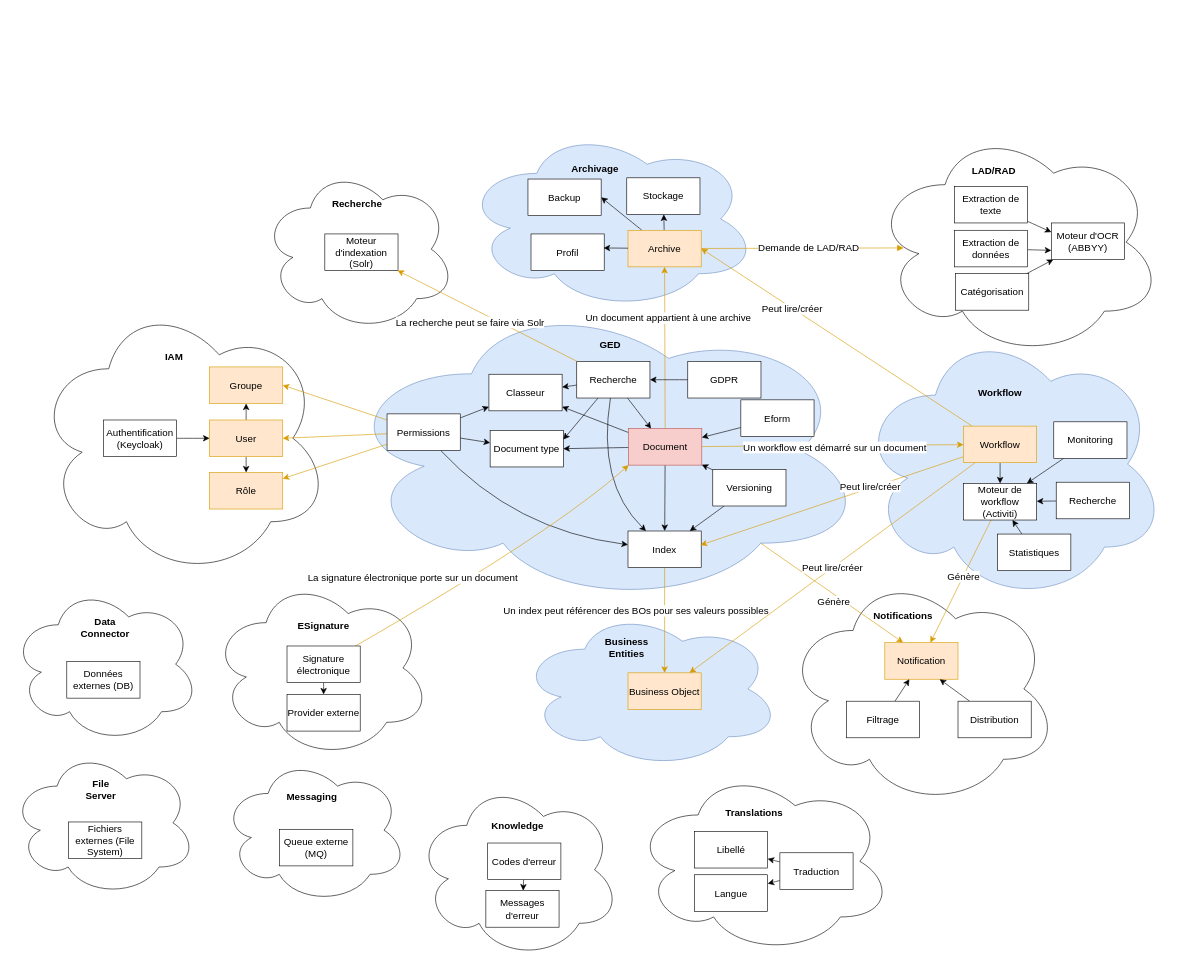
Above: bounded contexts.drawio in omasseau/drawio (draw.io), before the change. Source tidied: cells renumbered, new cells numbered last; positions are measured from the earlier drawing's top-left corner, leaving out a move shared by most shapes. Both pictures are drawn from the tidied source at 61%, with x=0, y=0 at pixel (10, 127).
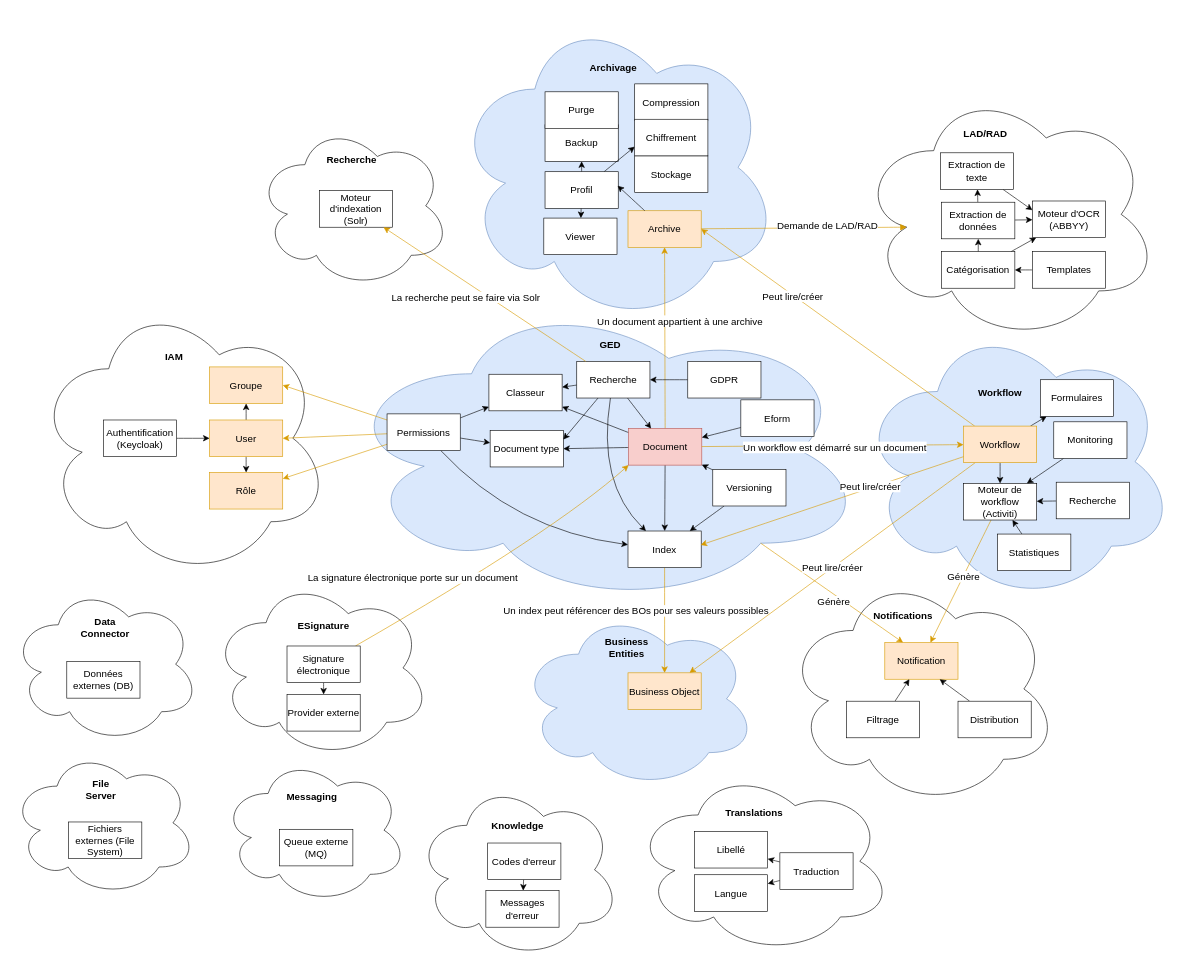
The same page after the edit.

Commit message (it also covers changes not shown here):
Mettre à jour bounded contexts.drawio

The change refers to these unchanged cells:
```xml
<mxCell id="9" style="edgeStyle=none;curved=1;rounded=0;jettySize=auto;html=1;entryX=0.5;entryY=1;entryDx=0;entryDy=0;fontSize=12;startSize=8;endSize=8;startArrow=none;startFill=0;fillColor=#ffe6cc;strokeColor=#d79b00;endArrow=classic;endFill=1;" parent="1" edge="1" source="12" target="34">
  <mxGeometry relative="1" as="geometry" />
</mxCell>
<mxCell id="28" value="Workflow" style="rounded=0;whiteSpace=wrap;html=1;fontSize=16;fillColor=#ffe6cc;strokeColor=#d79b00;" parent="1" vertex="1">
  <mxGeometry x="1562" y="490" width="120" height="60" as="geometry" />
</mxCell>
```

Change to the diagram source:
```diff
@@
     <mxCell id="4" style="ellipse;shape=cloud;whiteSpace=wrap;html=1;fontSize=16;fillColor=#dae8fc;strokeColor=#6c8ebf;" parent="1" vertex="1">
-      <mxGeometry x="742" y="1" width="482" height="299" as="geometry" />
+      <mxGeometry x="726" y="-191" width="533" height="514" as="geometry" />
     </mxCell>
     <mxCell id="5" style="ellipse;shape=cloud;whiteSpace=wrap;html=1;fontSize=16;fillColor=#dae8fc;strokeColor=#6c8ebf;" parent="1" vertex="1">
-      <mxGeometry x="834" y="790.5" width="428" height="261" as="geometry" />
+      <mxGeometry x="834" y="790.5" width="388" height="293.5" as="geometry" />
     </mxCell>
@@
     <mxCell id="10" value="Un document appartient à une archive" style="edgeLabel;html=1;align=center;verticalAlign=middle;fontSize=16;" parent="9" vertex="1">
       <mxGeometry x="0.11" y="-2" relative="1" as="geometry">
-        <mxPoint x="3" y="-34" as="offset" />
+        <mxPoint x="22" y="-11" as="offset" />
       </mxGeometry>
     </mxCell>
@@
     <mxCell id="20" style="ellipse;shape=cloud;whiteSpace=wrap;html=1;fontSize=16;fillColor=#dae8fc;strokeColor=#6c8ebf;" parent="1" vertex="1">
-      <mxGeometry x="1390" y="326" width="504" height="453" as="geometry" />
+      <mxGeometry x="1390" y="318" width="518" height="461" as="geometry" />
     </mxCell>
@@
+    <mxCell id="129" style="edgeStyle=none;curved=1;rounded=0;jettySize=auto;html=1;fontSize=12;startSize=8;endSize=8;" parent="1" edge="1" source="28" target="135">
+      <mxGeometry relative="1" as="geometry" />
+    </mxCell>
@@
-    <mxCell id="32" style="edgeStyle=none;curved=1;rounded=0;jettySize=auto;html=1;fontSize=12;startSize=8;endSize=8;" parent="1" edge="1" source="34" target="35">
-      <mxGeometry relative="1" as="geometry" />
-    </mxCell>
-    <mxCell id="33" style="edgeStyle=none;curved=1;rounded=0;jettySize=auto;html=1;entryX=1;entryY=0.5;entryDx=0;entryDy=0;fontSize=12;startSize=8;endSize=8;" parent="1" edge="1" source="34" target="37">
-      <mxGeometry relative="1" as="geometry" />
-    </mxCell>
     <mxCell id="34" value="Archive" style="rounded=0;whiteSpace=wrap;html=1;fontSize=16;fillColor=#ffe6cc;strokeColor=#d79b00;" parent="1" vertex="1">
-      <mxGeometry x="1012" y="169" width="120" height="60" as="geometry" />
+      <mxGeometry x="1012" y="137" width="120" height="60" as="geometry" />
     </mxCell>
     <mxCell id="35" value="Stockage" style="rounded=0;whiteSpace=wrap;html=1;fontSize=16;" parent="1" vertex="1">
-      <mxGeometry x="1010" y="83" width="120" height="60" as="geometry" />
+      <mxGeometry x="1023" y="47" width="120" height="60" as="geometry" />
     </mxCell>
     <mxCell id="36" value="Archivage" style="text;html=1;strokeColor=none;fillColor=none;align=center;verticalAlign=middle;whiteSpace=wrap;rounded=0;fontSize=16;shadow=0;fontStyle=1;" parent="1" vertex="1">
-      <mxGeometry x="928" y="53" width="60" height="30" as="geometry" />
+      <mxGeometry x="958" y="-112" width="60" height="30" as="geometry" />
     </mxCell>
     <mxCell id="37" value="Backup" style="rounded=0;whiteSpace=wrap;html=1;fontSize=16;" parent="1" vertex="1">
-      <mxGeometry x="848" y="85" width="120" height="60" as="geometry" />
+      <mxGeometry x="876" y="-4" width="120" height="60" as="geometry" />
     </mxCell>
@@
     <mxCell id="68" style="ellipse;shape=cloud;whiteSpace=wrap;html=1;fontSize=16;" parent="1" vertex="1">
-      <mxGeometry x="1413" width="475" height="377" as="geometry" />
+      <mxGeometry x="1390.2" y="-66" width="491.8" height="418" as="geometry" />
     </mxCell>
-    <mxCell id="69" style="edgeStyle=none;curved=1;rounded=0;jettySize=auto;html=1;fontSize=12;startSize=8;endSize=8;startArrow=block;startFill=1;endArrow=none;endFill=0;fillColor=#ffe6cc;strokeColor=#d79b00;exitX=0.107;exitY=0.525;exitDx=0;exitDy=0;exitPerimeter=0;" parent="1" edge="1" source="68" target="34">
+    <mxCell id="69" style="edgeStyle=none;curved=1;rounded=0;jettySize=auto;html=1;fontSize=12;startSize=8;endSize=8;startArrow=block;startFill=1;endArrow=none;endFill=0;fillColor=#ffe6cc;strokeColor=#d79b00;exitX=0.16;exitY=0.55;exitDx=0;exitDy=0;exitPerimeter=0;" parent="1" edge="1" source="68" target="34">
       <mxGeometry relative="1" as="geometry" />
     </mxCell>
     <mxCell id="70" value="Demande de LAD/RAD" style="edgeLabel;html=1;align=center;verticalAlign=middle;fontSize=16;" parent="69" vertex="1">
-      <mxGeometry x="-0.06" y="-2" relative="1" as="geometry" />
+      <mxGeometry x="-0.06" y="-2" relative="1" as="geometry">
+        <mxPoint x="28" y="-2" as="offset" />
+      </mxGeometry>
     </mxCell>
     <mxCell id="71" value="LAD/RAD" style="text;html=1;strokeColor=none;fillColor=none;align=center;verticalAlign=middle;whiteSpace=wrap;rounded=0;fontSize=16;fontStyle=1;" parent="1" vertex="1">
-      <mxGeometry x="1582" y="57" width="60" height="30" as="geometry" />
+      <mxGeometry x="1568" y="-4" width="60" height="30" as="geometry" />
     </mxCell>
@@
     <mxCell id="73" value="Extraction de texte" style="rounded=0;whiteSpace=wrap;html=1;fontSize=16;" parent="1" vertex="1">
-      <mxGeometry x="1547" y="97" width="120" height="60" as="geometry" />
+      <mxGeometry x="1524.2" y="42" width="120" height="60" as="geometry" />
     </mxCell>
-    <mxCell id="74" style="edgeStyle=none;curved=1;rounded=0;jettySize=auto;html=1;entryX=0;entryY=0.75;entryDx=0;entryDy=0;fontSize=12;startSize=8;endSize=8;" parent="1" edge="1" source="75" target="78">
+    <mxCell id="74" style="edgeStyle=none;curved=1;rounded=0;jettySize=auto;html=1;fontSize=12;startSize=8;endSize=8;" parent="1" edge="1" source="75" target="73">
       <mxGeometry relative="1" as="geometry" />
     </mxCell>
+    <mxCell id="130" style="edgeStyle=none;curved=1;rounded=0;jettySize=auto;html=1;fontSize=12;startSize=8;endSize=8;" parent="1" edge="1" source="75" target="78">
+      <mxGeometry relative="1" as="geometry" />
+    </mxCell>
     <mxCell id="75" value="Extraction de données" style="rounded=0;whiteSpace=wrap;html=1;fontSize=16;" parent="1" vertex="1">
-      <mxGeometry x="1547" y="169" width="120" height="60" as="geometry" />
+      <mxGeometry x="1526.2" y="123" width="120" height="60" as="geometry" />
     </mxCell>
@@
+    <mxCell id="131" style="edgeStyle=none;curved=1;rounded=0;jettySize=auto;html=1;fontSize=12;startSize=8;endSize=8;" parent="1" edge="1" source="77" target="75">
+      <mxGeometry relative="1" as="geometry" />
+    </mxCell>
     <mxCell id="77" value="Catégorisation" style="rounded=0;whiteSpace=wrap;html=1;fontSize=16;" parent="1" vertex="1">
-      <mxGeometry x="1549" y="240" width="120" height="60" as="geometry" />
+      <mxGeometry x="1526.2" y="204" width="120" height="60" as="geometry" />
     </mxCell>
     <mxCell id="78" value="Moteur d'OCR (ABBYY)" style="rounded=0;whiteSpace=wrap;html=1;fontSize=16;" parent="1" vertex="1">
-      <mxGeometry x="1706" y="157" width="120" height="60" as="geometry" />
+      <mxGeometry x="1675" y="121" width="120" height="60" as="geometry" />
     </mxCell>
@@
+    <mxCell id="132" style="edgeStyle=none;curved=1;rounded=0;jettySize=auto;html=1;fontSize=12;startSize=8;endSize=8;" parent="1" edge="1" source="95" target="136">
+      <mxGeometry relative="1" as="geometry" />
+    </mxCell>
+    <mxCell id="133" style="edgeStyle=none;curved=1;rounded=0;jettySize=auto;html=1;fontSize=12;startSize=8;endSize=8;" parent="1" edge="1" source="95" target="37">
+      <mxGeometry relative="1" as="geometry" />
+    </mxCell>
+    <mxCell id="134" style="edgeStyle=none;curved=1;rounded=0;jettySize=auto;html=1;entryX=0;entryY=0.75;entryDx=0;entryDy=0;fontSize=12;startSize=8;endSize=8;" parent="1" edge="1" source="95" target="138">
+      <mxGeometry relative="1" as="geometry" />
+    </mxCell>
     <mxCell id="95" value="Profil" style="rounded=0;whiteSpace=wrap;html=1;fontSize=16;" parent="1" vertex="1">
-      <mxGeometry x="853" y="175" width="120" height="60" as="geometry" />
+      <mxGeometry x="876" y="73" width="120" height="60" as="geometry" />
     </mxCell>
@@
     <mxCell id="116" style="ellipse;shape=cloud;whiteSpace=wrap;html=1;fontSize=16;" parent="1" vertex="1">
-      <mxGeometry x="412" y="65" width="317" height="270" as="geometry" />
+      <mxGeometry x="403" y="-6" width="317" height="270" as="geometry" />
     </mxCell>
     <mxCell id="117" value="Moteur d'indexation (Solr)" style="rounded=0;whiteSpace=wrap;html=1;fontSize=16;" parent="1" vertex="1">
-      <mxGeometry x="515" y="175" width="120" height="60" as="geometry" />
+      <mxGeometry x="506" y="104" width="120" height="60" as="geometry" />
     </mxCell>
     <mxCell id="118" value="Recherche" style="text;html=1;strokeColor=none;fillColor=none;align=center;verticalAlign=middle;whiteSpace=wrap;rounded=0;fontSize=16;fontStyle=1;" parent="1" vertex="1">
-      <mxGeometry x="538" y="110" width="60" height="30" as="geometry" />
+      <mxGeometry x="529" y="39" width="60" height="30" as="geometry" />
     </mxCell>
@@
+    <mxCell id="135" value="Formulaires" style="rounded=0;whiteSpace=wrap;html=1;fontSize=16;" parent="1" vertex="1">
+      <mxGeometry x="1688" y="414" width="120" height="60" as="geometry" />
+    </mxCell>
+    <mxCell id="136" value="Viewer" style="rounded=0;whiteSpace=wrap;html=1;fontSize=16;" parent="1" vertex="1">
+      <mxGeometry x="874" y="149" width="120" height="60" as="geometry" />
+    </mxCell>
+    <mxCell id="137" value="Compression" style="rounded=0;whiteSpace=wrap;html=1;fontSize=16;" parent="1" vertex="1">
+      <mxGeometry x="1023" y="-71" width="120" height="60" as="geometry" />
+    </mxCell>
+    <mxCell id="138" value="Chiffrement" style="rounded=0;whiteSpace=wrap;html=1;fontSize=16;" parent="1" vertex="1">
+      <mxGeometry x="1023" y="-13" width="120" height="60" as="geometry" />
+    </mxCell>
+    <mxCell id="139" value="Purge" style="rounded=0;whiteSpace=wrap;html=1;fontSize=16;" parent="1" vertex="1">
+      <mxGeometry x="876" y="-58" width="120" height="60" as="geometry" />
+    </mxCell>
+    <mxCell id="140" style="edgeStyle=none;curved=1;rounded=0;jettySize=auto;html=1;entryX=1;entryY=0.5;entryDx=0;entryDy=0;fontSize=12;startSize=8;endSize=8;" parent="1" edge="1" source="141" target="77">
+      <mxGeometry relative="1" as="geometry" />
+    </mxCell>
+    <mxCell id="141" value="Templates" style="rounded=0;whiteSpace=wrap;html=1;fontSize=16;" parent="1" vertex="1">
+      <mxGeometry x="1675" y="204" width="120" height="60" as="geometry" />
+    </mxCell>
```
